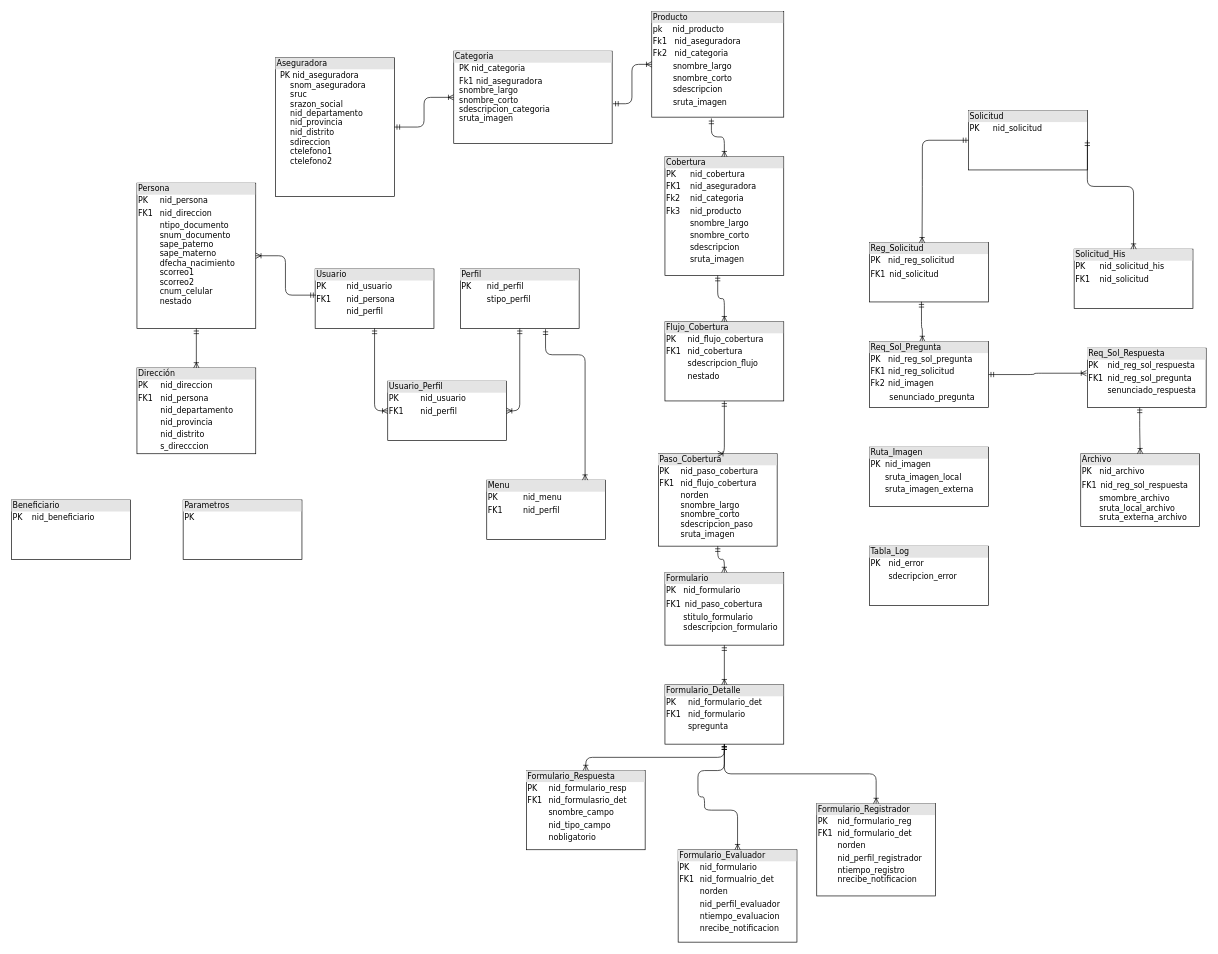
Before: SINIESTROS/Diagrama sin título.drawio in alejandroarceefitec/EFICTEC, a draw.io diagram. Source tidied: cells renumbered, new cells numbered last; positions are measured from the earlier drawing's top-left corner, leaving out a move shared by most shapes. Both pictures are drawn from the tidied source at 66%, with x=0, y=0 at pixel (11, 11).
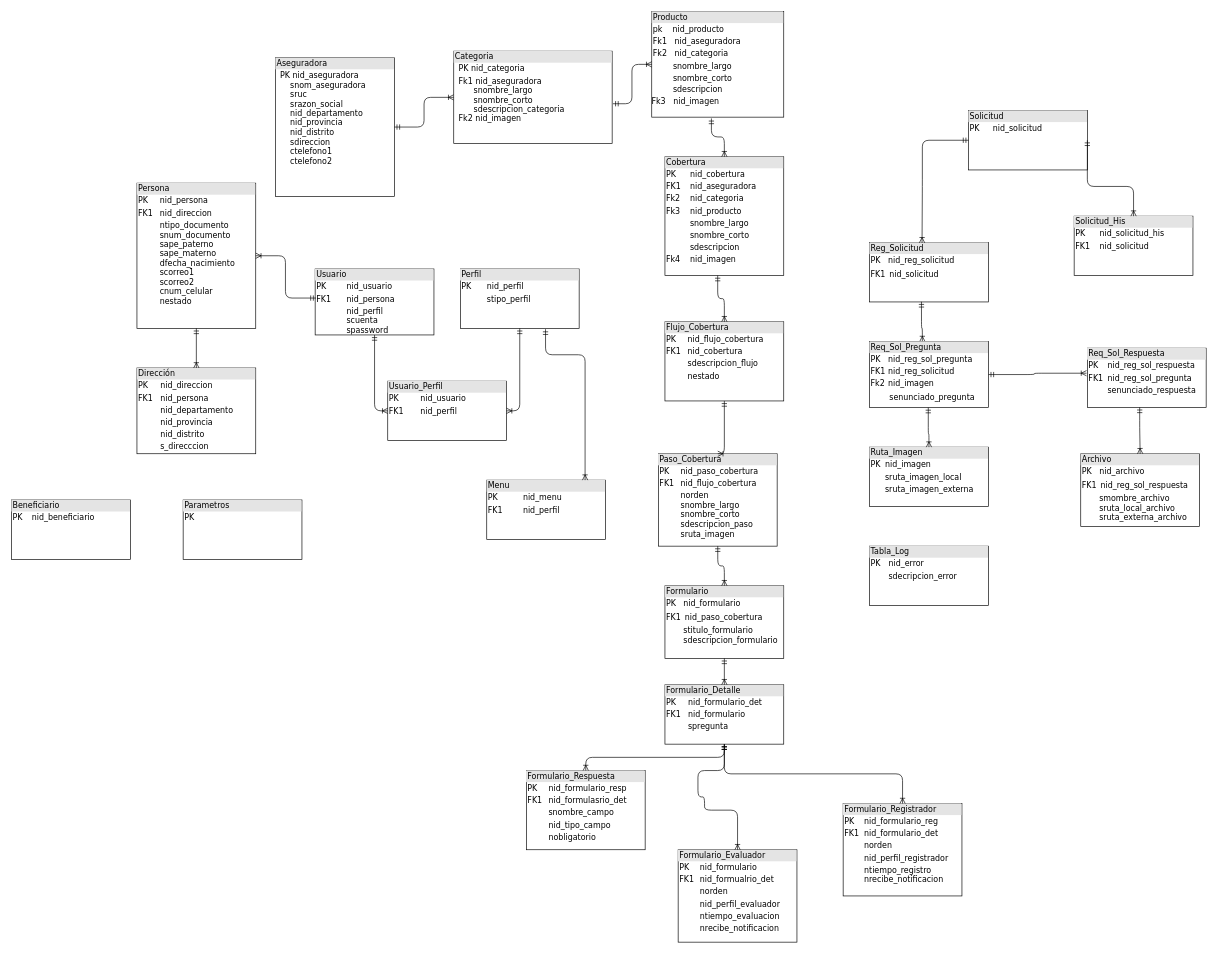
The same diagram, later.

Unchanged cells that the change refers to:
```xml
<mxCell id="47" value="&lt;div style=&quot;box-sizing: border-box ; width: 100% ; background: #e4e4e4 ; padding: 2px&quot;&gt;Ruta_Imagen&lt;/div&gt;&lt;table style=&quot;width: 100% ; font-size: 1em&quot; cellpadding=&quot;2&quot; cellspacing=&quot;0&quot;&gt;&lt;tbody&gt;&lt;tr&gt;&lt;td&gt;PK&lt;/td&gt;&lt;td&gt;nid_imagen&lt;/td&gt;&lt;/tr&gt;&lt;tr&gt;&lt;td&gt;&lt;br&gt;&lt;/td&gt;&lt;td&gt;sruta_imagen_local&lt;br&gt;&lt;/td&gt;&lt;/tr&gt;&lt;tr&gt;&lt;td&gt;&lt;/td&gt;&lt;td&gt;sruta_imagen_externa&lt;br&gt;&lt;/td&gt;&lt;/tr&gt;&lt;/tbody&gt;&lt;/table&gt;" style="verticalAlign=top;align=left;overflow=fill;html=1;rounded=0;shadow=0;comic=0;labelBackgroundColor=none;strokeWidth=1;fontFamily=Verdana;fontSize=12;" parent="1" vertex="1">
  <mxGeometry x="1300" y="660" width="180" height="90" as="geometry" />
</mxCell>
<mxCell id="48" value="&lt;div style=&quot;box-sizing: border-box ; width: 100% ; background: #e4e4e4 ; padding: 2px&quot;&gt;Req_Sol_Pregunta&lt;br&gt;&lt;/div&gt;&lt;table style=&quot;width: 100% ; font-size: 1em&quot; cellpadding=&quot;2&quot; cellspacing=&quot;0&quot;&gt;&lt;tbody&gt;&lt;tr&gt;&lt;td&gt;PK&lt;/td&gt;&lt;td&gt;nid_reg_sol_pregunta&lt;/td&gt;&lt;/tr&gt;&lt;tr&gt;&lt;td&gt;FK1&lt;/td&gt;&lt;td&gt;nid_reg_solicitud&lt;/td&gt;&lt;/tr&gt;&lt;tr&gt;&lt;td&gt;Fk2&lt;/td&gt;&lt;td&gt;nid_imagen&lt;/td&gt;&lt;/tr&gt;&lt;tr&gt;&lt;td&gt;&lt;br&gt;&lt;/td&gt;&lt;td&gt;&lt;table cellpadding=&quot;2&quot; cellspacing=&quot;0&quot; style=&quot;font-size: 1em ; width: 179.2px&quot;&gt;&lt;tbody&gt;&lt;tr&gt;&lt;td&gt;senunciado_pregunta&lt;br&gt;&lt;/td&gt;&lt;/tr&gt;&lt;tr&gt;&lt;/tr&gt;&lt;/tbody&gt;&lt;/table&gt;&lt;br&gt;&lt;/td&gt;&lt;/tr&gt;&lt;tr&gt;&lt;td&gt;&lt;br&gt;&lt;/td&gt;&lt;td&gt;&lt;br&gt;&lt;/td&gt;&lt;/tr&gt;&lt;/tbody&gt;&lt;/table&gt;" style="verticalAlign=top;align=left;overflow=fill;html=1;rounded=0;shadow=0;comic=0;labelBackgroundColor=none;strokeWidth=1;fontFamily=Verdana;fontSize=12;" parent="1" vertex="1">
  <mxGeometry x="1300" y="500" width="180" height="100" as="geometry" />
</mxCell>
```

Change to the diagram source:
```diff
@@
-    <mxCell id="4" value="&lt;div style=&quot;box-sizing: border-box ; width: 100% ; background: #e4e4e4 ; padding: 2px&quot;&gt;Categoria&lt;/div&gt;&lt;table style=&quot;width: 100% ; font-size: 1em&quot; cellpadding=&quot;2&quot; cellspacing=&quot;0&quot;&gt;&lt;tbody&gt;&lt;tr&gt;&lt;td&gt;&lt;b&gt;&lt;br&gt;&lt;/b&gt;&lt;/td&gt;&lt;td&gt;PK nid_categoria&lt;br&gt;&lt;/td&gt;&lt;/tr&gt;&lt;tr&gt;&lt;td&gt;&lt;b&gt;&lt;br&gt;&lt;br&gt;&lt;br&gt;&lt;/b&gt;&lt;/td&gt;&lt;td&gt;Fk1&lt;b&gt; &lt;/b&gt;nid_aseguradora&lt;br&gt;snombre_largo&lt;br&gt;snombre_corto&lt;br&gt;sdescripcion_categoria&lt;br&gt;sruta_imagen&lt;/td&gt;&lt;/tr&gt;&lt;/tbody&gt;&lt;/table&gt;" style="verticalAlign=top;align=left;overflow=fill;html=1;rounded=0;shadow=0;comic=0;labelBackgroundColor=none;strokeWidth=1;fontFamily=Verdana;fontSize=12;" parent="1" vertex="1">
+    <mxCell id="4" value="&lt;div style=&quot;box-sizing: border-box ; width: 100% ; background: #e4e4e4 ; padding: 2px&quot;&gt;Categoria&lt;/div&gt;&lt;table style=&quot;width: 100% ; font-size: 1em&quot; cellpadding=&quot;2&quot; cellspacing=&quot;0&quot;&gt;&lt;tbody&gt;&lt;tr&gt;&lt;td&gt;&lt;b&gt;&lt;br&gt;&lt;/b&gt;&lt;/td&gt;&lt;td&gt;PK nid_categoria&lt;br&gt;&lt;/td&gt;&lt;/tr&gt;&lt;tr&gt;&lt;td&gt;&lt;b&gt;&lt;br&gt;&lt;br&gt;&lt;br&gt;&lt;/b&gt;&lt;/td&gt;&lt;td&gt;Fk1&lt;b&gt; &lt;/b&gt;nid_aseguradora&lt;br&gt;&amp;nbsp; &amp;nbsp; &amp;nbsp; snombre_largo&lt;br&gt;&amp;nbsp; &amp;nbsp; &amp;nbsp; snombre_corto&lt;br&gt;&amp;nbsp; &amp;nbsp; &amp;nbsp; sdescripcion_categoria&lt;br&gt;Fk2 nid_imagen&lt;/td&gt;&lt;/tr&gt;&lt;/tbody&gt;&lt;/table&gt;" style="verticalAlign=top;align=left;overflow=fill;html=1;rounded=0;shadow=0;comic=0;labelBackgroundColor=none;strokeWidth=1;fontFamily=Verdana;fontSize=12;" parent="1" vertex="1">
       <mxGeometry x="670" y="60" width="240" height="140" as="geometry" />
     </mxCell>
-    <mxCell id="5" value="&lt;div style=&quot;box-sizing: border-box ; width: 100% ; background: #e4e4e4 ; padding: 2px&quot;&gt;Producto&lt;/div&gt;&lt;div style=&quot;box-sizing: border-box ; width: 100% ; padding: 2px&quot;&gt;&lt;span style=&quot;background-color: rgb(255 , 255 , 255)&quot;&gt;pk&amp;nbsp; &amp;nbsp; nid_producto&lt;/span&gt;&lt;/div&gt;&lt;div style=&quot;box-sizing: border-box ; width: 100% ; padding: 2px&quot;&gt;Fk1&amp;nbsp; &amp;nbsp;nid_aseguradora&lt;/div&gt;&lt;div style=&quot;box-sizing: border-box ; width: 100% ; padding: 2px&quot;&gt;Fk2&amp;nbsp; &amp;nbsp;nid_categoria&lt;/div&gt;&lt;div style=&quot;box-sizing: border-box ; width: 100% ; padding: 2px&quot;&gt;&amp;nbsp; &amp;nbsp; &amp;nbsp; &amp;nbsp; snombre_largo&lt;/div&gt;&lt;div style=&quot;box-sizing: border-box ; width: 100% ; padding: 2px&quot;&gt;&amp;nbsp; &amp;nbsp; &amp;nbsp; &amp;nbsp; snombre_corto&lt;/div&gt;&lt;div style=&quot;box-sizing: border-box ; width: 100% ; padding: 2px&quot;&gt;&amp;nbsp; &amp;nbsp; &amp;nbsp; &amp;nbsp; sdescripcion&lt;/div&gt;&lt;div style=&quot;box-sizing: border-box ; width: 100% ; padding: 2px&quot;&gt;&amp;nbsp; &amp;nbsp; &amp;nbsp; &amp;nbsp; sruta_imagen&lt;/div&gt;&lt;div style=&quot;box-sizing: border-box ; width: 100% ; padding: 2px&quot;&gt;&lt;br&gt;&lt;/div&gt;" style="verticalAlign=top;align=left;overflow=fill;html=1;rounded=0;shadow=0;comic=0;labelBackgroundColor=none;strokeWidth=1;fontFamily=Verdana;fontSize=12;" parent="1" vertex="1">
+    <mxCell id="5" value="&lt;div style=&quot;box-sizing: border-box ; width: 100% ; background: #e4e4e4 ; padding: 2px&quot;&gt;Producto&lt;/div&gt;&lt;div style=&quot;box-sizing: border-box ; width: 100% ; padding: 2px&quot;&gt;&lt;span style=&quot;background-color: rgb(255 , 255 , 255)&quot;&gt;pk&amp;nbsp; &amp;nbsp; nid_producto&lt;/span&gt;&lt;/div&gt;&lt;div style=&quot;box-sizing: border-box ; width: 100% ; padding: 2px&quot;&gt;Fk1&amp;nbsp; &amp;nbsp;nid_aseguradora&lt;/div&gt;&lt;div style=&quot;box-sizing: border-box ; width: 100% ; padding: 2px&quot;&gt;Fk2&amp;nbsp; &amp;nbsp;nid_categoria&lt;/div&gt;&lt;div style=&quot;box-sizing: border-box ; width: 100% ; padding: 2px&quot;&gt;&amp;nbsp; &amp;nbsp; &amp;nbsp; &amp;nbsp; snombre_largo&lt;/div&gt;&lt;div style=&quot;box-sizing: border-box ; width: 100% ; padding: 2px&quot;&gt;&amp;nbsp; &amp;nbsp; &amp;nbsp; &amp;nbsp; snombre_corto&lt;/div&gt;&lt;div style=&quot;box-sizing: border-box ; width: 100% ; padding: 2px&quot;&gt;&amp;nbsp; &amp;nbsp; &amp;nbsp; &amp;nbsp; sdescripcion&lt;/div&gt;Fk3&lt;span&gt;&amp;nbsp; &amp;nbsp;nid_imagen&lt;/span&gt;&lt;br&gt;&lt;div style=&quot;box-sizing: border-box ; width: 100% ; padding: 2px&quot;&gt;&lt;br&gt;&lt;/div&gt;" style="verticalAlign=top;align=left;overflow=fill;html=1;rounded=0;shadow=0;comic=0;labelBackgroundColor=none;strokeWidth=1;fontFamily=Verdana;fontSize=12;" parent="1" vertex="1">
       <mxGeometry x="970" width="200" height="160" as="geometry" />
     </mxCell>
@@
-    <mxCell id="9" value="&lt;div style=&quot;box-sizing: border-box ; width: 100% ; background: #e4e4e4 ; padding: 2px&quot;&gt;Usuario&lt;/div&gt;&lt;table style=&quot;width: 100% ; font-size: 1em&quot; cellpadding=&quot;2&quot; cellspacing=&quot;0&quot;&gt;&lt;tbody&gt;&lt;tr&gt;&lt;td&gt;PK&lt;/td&gt;&lt;td&gt;nid_usuario&lt;/td&gt;&lt;/tr&gt;&lt;tr&gt;&lt;td&gt;FK1&lt;/td&gt;&lt;td&gt;nid_persona&lt;br&gt;&lt;/td&gt;&lt;/tr&gt;&lt;tr&gt;&lt;td&gt;&lt;/td&gt;&lt;td&gt;nid_perfil&lt;/td&gt;&lt;/tr&gt;&lt;/tbody&gt;&lt;/table&gt;" style="verticalAlign=top;align=left;overflow=fill;html=1;rounded=0;shadow=0;comic=0;labelBackgroundColor=none;strokeWidth=1;fontFamily=Verdana;fontSize=12;" parent="1" vertex="1">
-      <mxGeometry x="460" y="390" width="180" height="90" as="geometry" />
+    <mxCell id="9" value="&lt;div style=&quot;box-sizing: border-box ; width: 100% ; background: #e4e4e4 ; padding: 2px&quot;&gt;Usuario&lt;/div&gt;&lt;table style=&quot;width: 100% ; font-size: 1em&quot; cellpadding=&quot;2&quot; cellspacing=&quot;0&quot;&gt;&lt;tbody&gt;&lt;tr&gt;&lt;td&gt;PK&lt;/td&gt;&lt;td&gt;nid_usuario&lt;/td&gt;&lt;/tr&gt;&lt;tr&gt;&lt;td&gt;FK1&lt;/td&gt;&lt;td&gt;nid_persona&lt;br&gt;&lt;/td&gt;&lt;/tr&gt;&lt;tr&gt;&lt;td&gt;&lt;/td&gt;&lt;td&gt;nid_perfil&lt;br&gt;scuenta&lt;br&gt;spassword&lt;/td&gt;&lt;/tr&gt;&lt;/tbody&gt;&lt;/table&gt;" style="verticalAlign=top;align=left;overflow=fill;html=1;rounded=0;shadow=0;comic=0;labelBackgroundColor=none;strokeWidth=1;fontFamily=Verdana;fontSize=12;" parent="1" vertex="1">
+      <mxGeometry x="460" y="390" width="180" height="100" as="geometry" />
     </mxCell>
@@
     <mxCell id="15" value="&lt;div style=&quot;box-sizing: border-box ; width: 100% ; background: #e4e4e4 ; padding: 2px&quot;&gt;Formulario_Registrador&lt;/div&gt;&lt;table style=&quot;width: 100% ; font-size: 1em&quot; cellpadding=&quot;2&quot; cellspacing=&quot;0&quot;&gt;&lt;tbody&gt;&lt;tr&gt;&lt;td&gt;PK&lt;/td&gt;&lt;td&gt;nid_formulario_reg&lt;/td&gt;&lt;/tr&gt;&lt;tr&gt;&lt;td&gt;FK1&lt;/td&gt;&lt;td&gt;nid_formulario_det&lt;br&gt;&lt;/td&gt;&lt;/tr&gt;&lt;tr&gt;&lt;td&gt;&lt;br&gt;&lt;/td&gt;&lt;td&gt;norden&lt;/td&gt;&lt;/tr&gt;&lt;tr&gt;&lt;td&gt;&lt;/td&gt;&lt;td&gt;nid_perfil_registrador&lt;/td&gt;&lt;/tr&gt;&lt;tr&gt;&lt;td&gt;&lt;br&gt;&lt;/td&gt;&lt;td&gt;ntiempo_registro&lt;br&gt;nrecibe_notificacion&lt;/td&gt;&lt;/tr&gt;&lt;/tbody&gt;&lt;/table&gt;" style="verticalAlign=top;align=left;overflow=fill;html=1;rounded=0;shadow=0;comic=0;labelBackgroundColor=none;strokeWidth=1;fontFamily=Verdana;fontSize=12;" parent="1" vertex="1">
-      <mxGeometry x="1220" y="1200" width="180" height="140" as="geometry" />
+      <mxGeometry x="1260" y="1200" width="180" height="140" as="geometry" />
     </mxCell>
@@
-    <mxCell id="19" value="&lt;div style=&quot;box-sizing: border-box ; width: 100% ; background: #e4e4e4 ; padding: 2px&quot;&gt;Cobertura&lt;/div&gt;&lt;table style=&quot;width: 100% ; font-size: 1em&quot; cellpadding=&quot;2&quot; cellspacing=&quot;0&quot;&gt;&lt;tbody&gt;&lt;tr&gt;&lt;td&gt;PK&lt;/td&gt;&lt;td&gt;nid_cobertura&lt;/td&gt;&lt;/tr&gt;&lt;tr&gt;&lt;td&gt;FK1&lt;/td&gt;&lt;td&gt;nid_aseguradora&lt;br&gt;&lt;/td&gt;&lt;/tr&gt;&lt;tr&gt;&lt;td&gt;Fk2&lt;/td&gt;&lt;td&gt;nid_categoria&lt;br&gt;&lt;/td&gt;&lt;/tr&gt;&lt;tr&gt;&lt;td&gt;Fk3&lt;/td&gt;&lt;td&gt;nid_producto&lt;/td&gt;&lt;/tr&gt;&lt;tr&gt;&lt;td&gt;&lt;br&gt;&lt;/td&gt;&lt;td&gt;snombre_largo&lt;/td&gt;&lt;/tr&gt;&lt;tr&gt;&lt;td&gt;&lt;br&gt;&lt;/td&gt;&lt;td&gt;snombre_corto&lt;/td&gt;&lt;/tr&gt;&lt;tr&gt;&lt;td&gt;&lt;br&gt;&lt;/td&gt;&lt;td&gt;sdescripcion&lt;/td&gt;&lt;/tr&gt;&lt;tr&gt;&lt;td&gt;&lt;br&gt;&lt;/td&gt;&lt;td&gt;sruta_imagen&lt;/td&gt;&lt;/tr&gt;&lt;/tbody&gt;&lt;/table&gt;" style="verticalAlign=top;align=left;overflow=fill;html=1;rounded=0;shadow=0;comic=0;labelBackgroundColor=none;strokeWidth=1;fontFamily=Verdana;fontSize=12;" parent="1" vertex="1">
+    <mxCell id="19" value="&lt;div style=&quot;box-sizing: border-box ; width: 100% ; background: #e4e4e4 ; padding: 2px&quot;&gt;Cobertura&lt;/div&gt;&lt;table style=&quot;width: 100% ; font-size: 1em&quot; cellpadding=&quot;2&quot; cellspacing=&quot;0&quot;&gt;&lt;tbody&gt;&lt;tr&gt;&lt;td&gt;PK&lt;/td&gt;&lt;td&gt;nid_cobertura&lt;/td&gt;&lt;/tr&gt;&lt;tr&gt;&lt;td&gt;FK1&lt;/td&gt;&lt;td&gt;nid_aseguradora&lt;br&gt;&lt;/td&gt;&lt;/tr&gt;&lt;tr&gt;&lt;td&gt;Fk2&lt;/td&gt;&lt;td&gt;nid_categoria&lt;br&gt;&lt;/td&gt;&lt;/tr&gt;&lt;tr&gt;&lt;td&gt;Fk3&lt;/td&gt;&lt;td&gt;nid_producto&lt;/td&gt;&lt;/tr&gt;&lt;tr&gt;&lt;td&gt;&lt;br&gt;&lt;/td&gt;&lt;td&gt;snombre_largo&lt;/td&gt;&lt;/tr&gt;&lt;tr&gt;&lt;td&gt;&lt;br&gt;&lt;/td&gt;&lt;td&gt;snombre_corto&lt;/td&gt;&lt;/tr&gt;&lt;tr&gt;&lt;td&gt;&lt;br&gt;&lt;/td&gt;&lt;td&gt;sdescripcion&lt;/td&gt;&lt;/tr&gt;&lt;tr&gt;&lt;td&gt;Fk4&lt;br&gt;&lt;/td&gt;&lt;td&gt;nid_imagen&lt;br&gt;&lt;/td&gt;&lt;/tr&gt;&lt;/tbody&gt;&lt;/table&gt;" style="verticalAlign=top;align=left;overflow=fill;html=1;rounded=0;shadow=0;comic=0;labelBackgroundColor=none;strokeWidth=1;fontFamily=Verdana;fontSize=12;" parent="1" vertex="1">
       <mxGeometry x="990" y="220" width="180" height="180" as="geometry" />
     </mxCell>
@@
     <mxCell id="25" value="&lt;div style=&quot;box-sizing: border-box ; width: 100% ; background: #e4e4e4 ; padding: 2px&quot;&gt;Solicitud_His&lt;/div&gt;&lt;table style=&quot;width: 100% ; font-size: 1em&quot; cellpadding=&quot;2&quot; cellspacing=&quot;0&quot;&gt;&lt;tbody&gt;&lt;tr&gt;&lt;td&gt;PK&lt;/td&gt;&lt;td&gt;nid_solicitud_his&lt;/td&gt;&lt;/tr&gt;&lt;tr&gt;&lt;td&gt;FK1&lt;/td&gt;&lt;td&gt;nid_solicitud&lt;br&gt;&lt;/td&gt;&lt;/tr&gt;&lt;tr&gt;&lt;td&gt;&lt;/td&gt;&lt;td&gt;&lt;br&gt;&lt;/td&gt;&lt;/tr&gt;&lt;/tbody&gt;&lt;/table&gt;" style="verticalAlign=top;align=left;overflow=fill;html=1;rounded=0;shadow=0;comic=0;labelBackgroundColor=none;strokeWidth=1;fontFamily=Verdana;fontSize=12;" parent="1" vertex="1">
-      <mxGeometry x="1610" y="360" width="180" height="90" as="geometry" />
+      <mxGeometry x="1610" y="310" width="180" height="90" as="geometry" />
     </mxCell>
@@
     <mxCell id="31" value="&lt;div style=&quot;box-sizing: border-box ; width: 100% ; background: #e4e4e4 ; padding: 2px&quot;&gt;Formulario&lt;/div&gt;&lt;table style=&quot;width: 100% ; font-size: 1em&quot; cellpadding=&quot;2&quot; cellspacing=&quot;0&quot;&gt;&lt;tbody&gt;&lt;tr&gt;&lt;td&gt;PK&lt;/td&gt;&lt;td&gt;nid_formulario&lt;/td&gt;&lt;/tr&gt;&lt;tr&gt;&lt;td&gt;FK1&lt;/td&gt;&lt;td&gt;&lt;table cellpadding=&quot;2&quot; cellspacing=&quot;0&quot; style=&quot;font-size: 1em ; width: 179.2px&quot;&gt;&lt;tbody&gt;&lt;tr&gt;&lt;td&gt;nid_paso_cobertura&lt;br&gt;&lt;/td&gt;&lt;/tr&gt;&lt;tr&gt;&lt;/tr&gt;&lt;/tbody&gt;&lt;/table&gt;&lt;/td&gt;&lt;/tr&gt;&lt;tr&gt;&lt;td&gt;&lt;/td&gt;&lt;td&gt;stitulo_formulario&lt;br&gt;sdescripcion_formulario&lt;br&gt;&lt;br&gt;&lt;/td&gt;&lt;/tr&gt;&lt;/tbody&gt;&lt;/table&gt;" style="verticalAlign=top;align=left;overflow=fill;html=1;rounded=0;shadow=0;comic=0;labelBackgroundColor=none;strokeWidth=1;fontFamily=Verdana;fontSize=12;" parent="1" vertex="1">
-      <mxGeometry x="990" y="850" width="180" height="110" as="geometry" />
+      <mxGeometry x="990" y="870" width="180" height="110" as="geometry" />
     </mxCell>
@@
+    <mxCell id="49" style="edgeStyle=orthogonalEdgeStyle;html=1;endArrow=ERoneToMany;startArrow=ERmandOne;labelBackgroundColor=none;fontFamily=Verdana;fontSize=12;align=left;" parent="1" edge="1" source="48" target="47">
+      <mxGeometry relative="1" as="geometry">
+        <Array as="points">
+          <mxPoint x="1389" y="640" />
+          <mxPoint x="1390" y="640" />
+        </Array>
+      </mxGeometry>
+    </mxCell>
```
